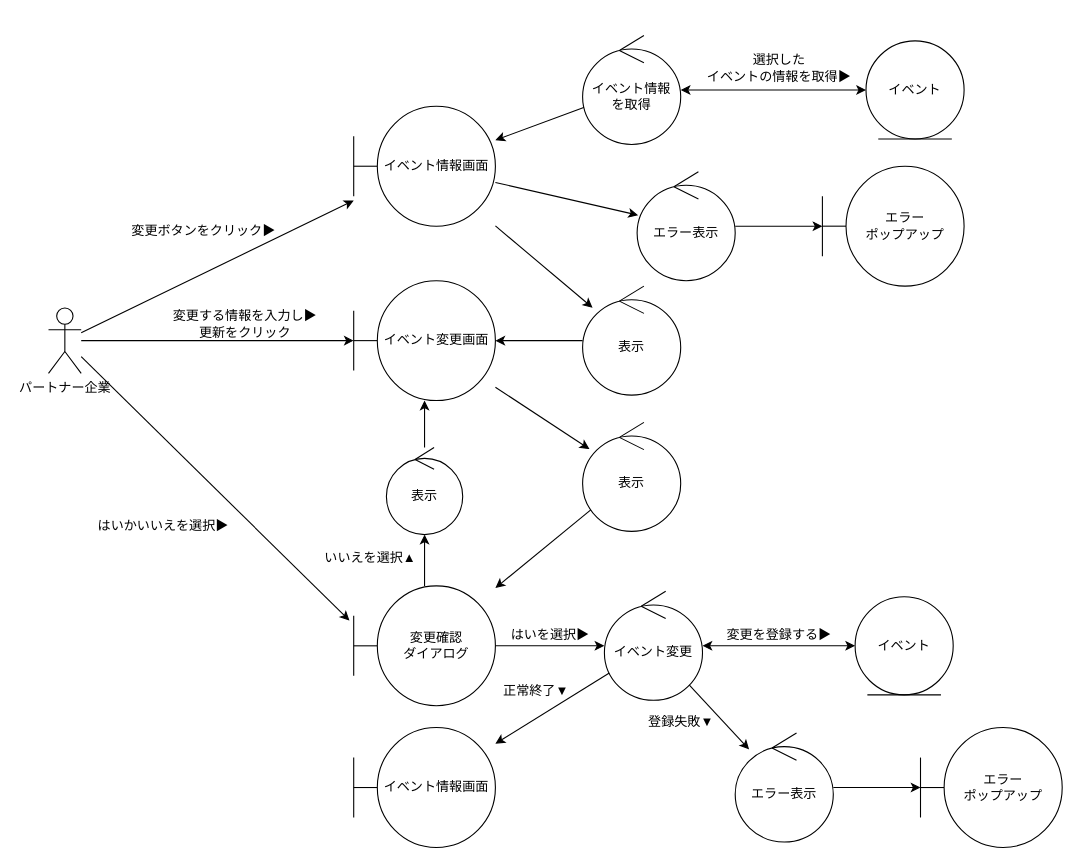
Before: page "イベント変更" (6 of 11) of out/ロバストネス図/パートナー企業-ロバストネス図.drawio in ksw2270227/GroupF, a draw.io diagram. Source tidied: cells renumbered, new cells numbered last; positions are measured from the earlier drawing's top-left corner, leaving out a move shared by most shapes. Both pictures are drawn from the tidied source at 109%, with x=0, y=0 at pixel (48, 35).
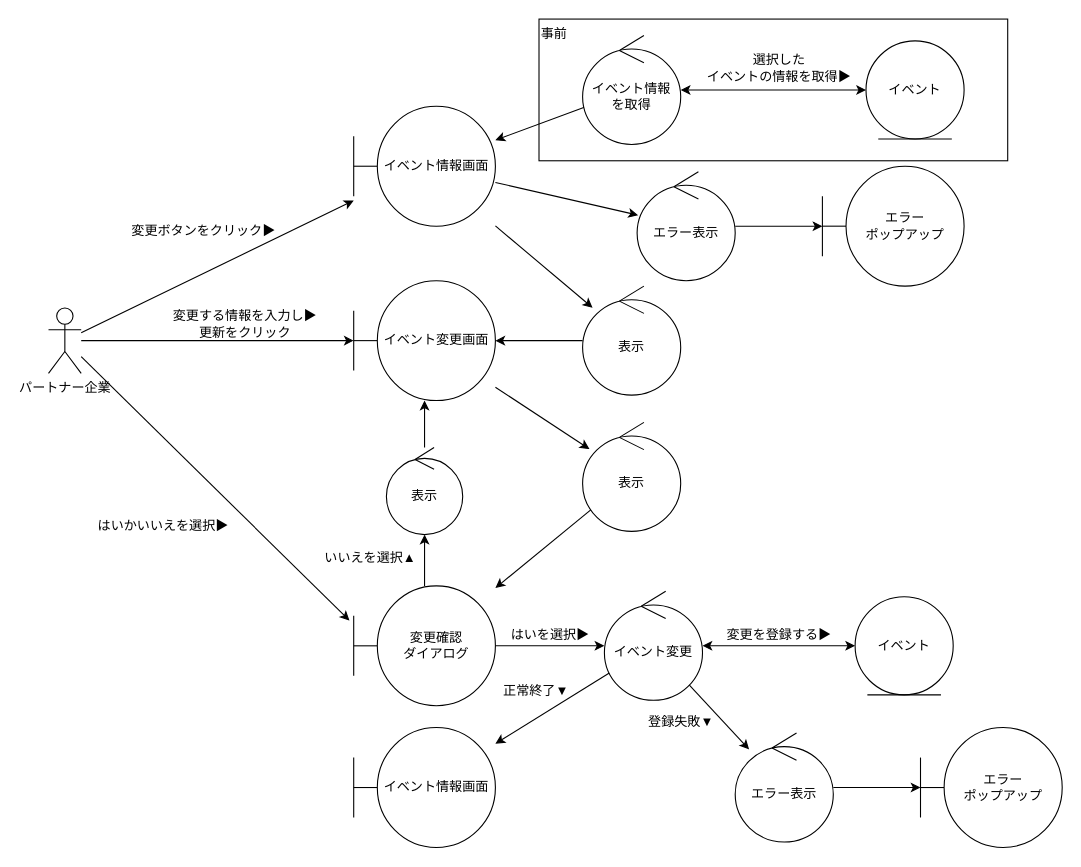
The same diagram, later.

Diff of the diagram source:
```diff
@@
+    <mxCell id="45" value="事前" style="rounded=0;whiteSpace=wrap;html=1;fillColor=none;verticalAlign=top;align=left;" parent="1" vertex="1">
+      <mxGeometry x="450" y="-15" width="430" height="130" as="geometry" />
+    </mxCell>
```
